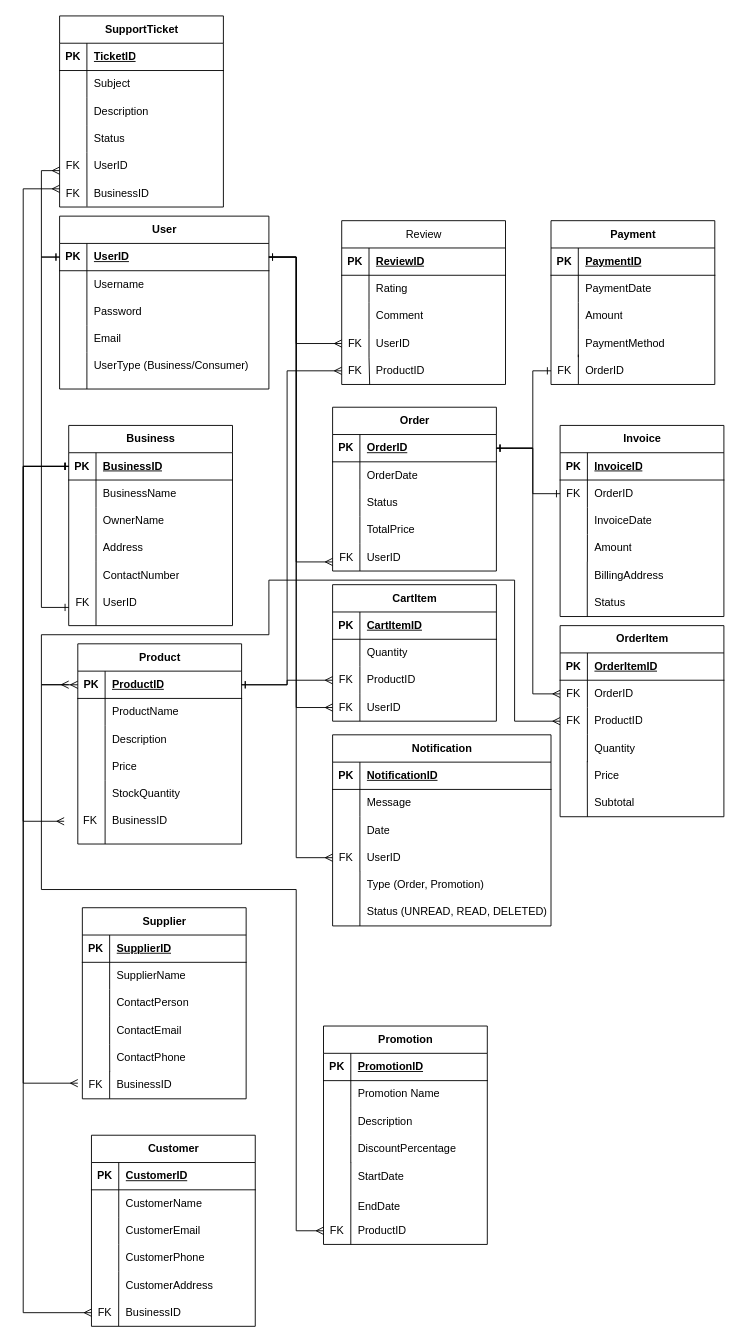
Earlier version of the draw.io diagram Project Proposal/Initial_ERD.drawio (MinMinis/COS20031---Computing-Technology-Design-Project). Source tidied: cells renumbered, new cells numbered last; positions are measured from the earlier drawing's top-left corner, leaving out a move shared by most shapes. Both pictures are drawn from the tidied source at 91%, with x=0, y=0 at pixel (23, 15).
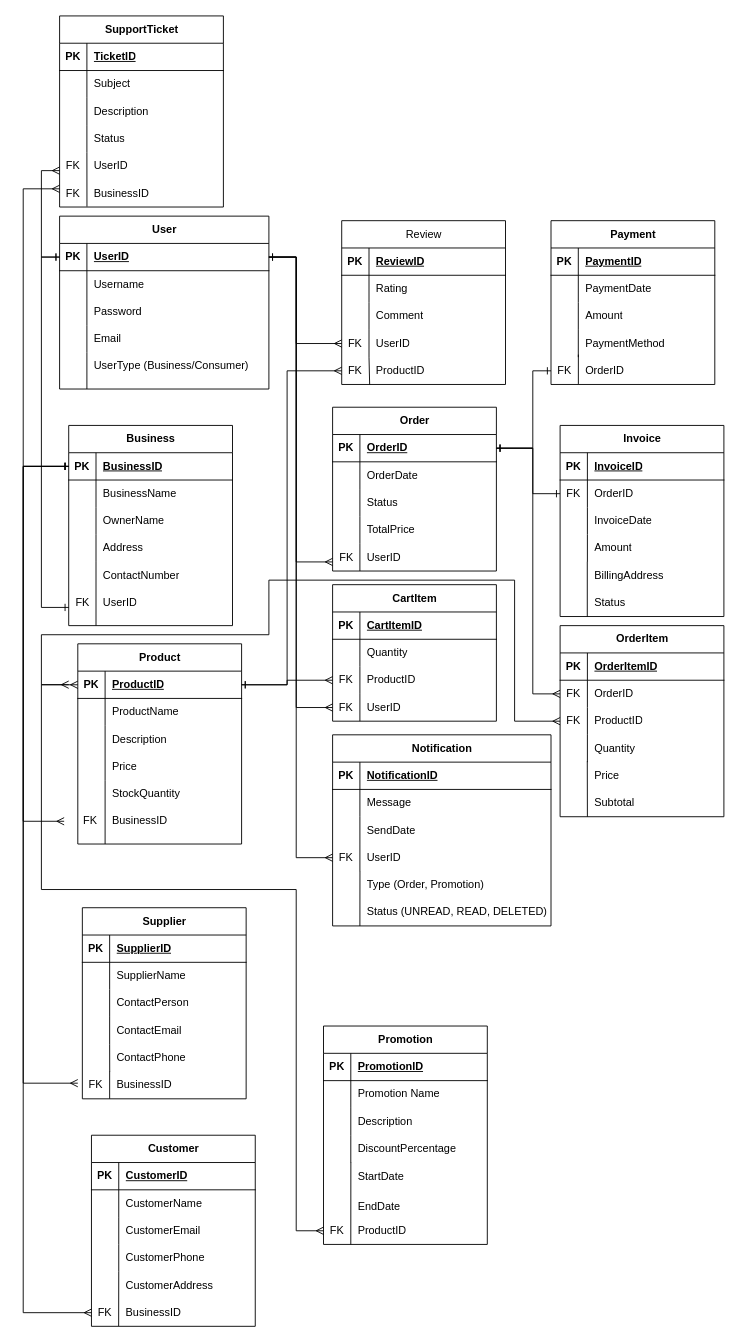
The same page after the edit.

Commit message (it also covers changes not shown here):
Fix error with ERD

Unchanged cells that the change refers to:
```xml
<mxCell id="282" style="shape=tableRow;horizontal=0;startSize=0;swimlaneHead=0;swimlaneBody=0;fillColor=none;top=0;left=0;right=0;bottom=0;" parent="275" vertex="1">
  <mxGeometry y="90" width="240" height="30" as="geometry" />
</mxCell>
```

Diff of the diagram source:
```diff
@@
-    <mxCell id="284" value="Date" style="shape=partialRectangle;fillColor=none;top=0;left=0;bottom=0;right=0;align=left;spacingLeft=6;overflow=hidden;whiteSpace=wrap;html=1;" parent="282" vertex="1">
+    <mxCell id="284" value="SendDate" style="shape=partialRectangle;fillColor=none;top=0;left=0;bottom=0;right=0;align=left;spacingLeft=6;overflow=hidden;whiteSpace=wrap;html=1;" parent="282" vertex="1">
       <mxGeometry x="30" width="210" height="30" as="geometry" />
     </mxCell>
```
